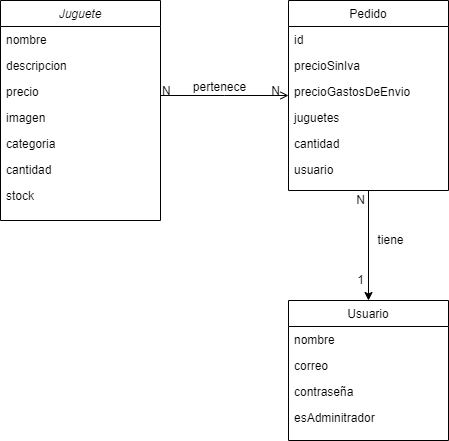
Arquisoft/dede_es2a keeps this draw.io diagram as docs/images/modeloDominio.png. Above is the earlier version. Source tidied: cells renumbered, new cells last; positions are measured from the earlier drawing's top-left corner, leaving out a move shared by most shapes. Source of this version:
```xml
<mxGraphModel>
  <root>
    <mxCell id="0" />
    <mxCell id="1" parent="0" />
    <mxCell id="2" value="Juguete" style="swimlane;fontStyle=2;align=center;verticalAlign=top;horizontal=1;startSize=26;rounded=0;shadow=0;strokeWidth=1;" parent="1" vertex="1">
      <mxGeometry width="160" height="220" as="geometry" />
    </mxCell>
    <mxCell id="3" value="nombre" style="text;align=left;verticalAlign=top;spacingLeft=4;spacingRight=4;overflow=hidden;" parent="2" vertex="1">
      <mxGeometry y="26" width="160" height="26" as="geometry" />
    </mxCell>
    <mxCell id="4" value="descripcion" style="text;align=left;verticalAlign=top;spacingLeft=4;spacingRight=4;overflow=hidden;rounded=0;shadow=0;html=0;" parent="2" vertex="1">
      <mxGeometry y="52" width="160" height="26" as="geometry" />
    </mxCell>
    <mxCell id="5" value="precio" style="text;align=left;verticalAlign=top;spacingLeft=4;spacingRight=4;overflow=hidden;rounded=0;shadow=0;html=0;" parent="2" vertex="1">
      <mxGeometry y="78" width="160" height="26" as="geometry" />
    </mxCell>
    <mxCell id="6" value="imagen" style="text;align=left;verticalAlign=top;spacingLeft=4;spacingRight=4;overflow=hidden;rounded=0;shadow=0;html=0;" parent="2" vertex="1">
      <mxGeometry y="104" width="160" height="26" as="geometry" />
    </mxCell>
    <mxCell id="7" value="categoria" style="text;align=left;verticalAlign=top;spacingLeft=4;spacingRight=4;overflow=hidden;rounded=0;shadow=0;html=0;" parent="2" vertex="1">
      <mxGeometry y="130" width="160" height="26" as="geometry" />
    </mxCell>
    <mxCell id="8" value="cantidad" style="text;align=left;verticalAlign=top;spacingLeft=4;spacingRight=4;overflow=hidden;rounded=0;shadow=0;html=0;" parent="2" vertex="1">
      <mxGeometry y="156" width="160" height="26" as="geometry" />
    </mxCell>
    <mxCell id="9" value="stock" style="text;align=left;verticalAlign=top;spacingLeft=4;spacingRight=4;overflow=hidden;rounded=0;shadow=0;html=0;" parent="2" vertex="1">
      <mxGeometry y="182" width="160" height="26" as="geometry" />
    </mxCell>
    <mxCell id="10" value="Usuario" style="swimlane;fontStyle=0;align=center;verticalAlign=top;horizontal=1;startSize=26;rounded=0;shadow=0;strokeWidth=1;" parent="1" vertex="1">
      <mxGeometry x="288" y="300" width="160" height="140" as="geometry" />
    </mxCell>
    <mxCell id="11" value="nombre" style="text;align=left;verticalAlign=top;spacingLeft=4;spacingRight=4;overflow=hidden;" parent="10" vertex="1">
      <mxGeometry y="26" width="160" height="26" as="geometry" />
    </mxCell>
    <mxCell id="12" value="correo" style="text;align=left;verticalAlign=top;spacingLeft=4;spacingRight=4;overflow=hidden;" parent="10" vertex="1">
      <mxGeometry y="52" width="160" height="26" as="geometry" />
    </mxCell>
    <mxCell id="13" value="contraseña" style="text;align=left;verticalAlign=top;spacingLeft=4;spacingRight=4;overflow=hidden;" parent="10" vertex="1">
      <mxGeometry y="78" width="160" height="26" as="geometry" />
    </mxCell>
    <mxCell id="14" value="esAdminitrador" style="text;align=left;verticalAlign=top;spacingLeft=4;spacingRight=4;overflow=hidden;" parent="10" vertex="1">
      <mxGeometry y="104" width="160" height="26" as="geometry" />
    </mxCell>
    <mxCell id="15" style="edgeStyle=orthogonalEdgeStyle;rounded=0;jettySize=auto;html=1;exitX=0.5;exitY=1;exitDx=0;exitDy=0;" parent="1" edge="1" source="16" target="10">
      <mxGeometry relative="1" as="geometry" />
    </mxCell>
    <mxCell id="16" value="Pedido" style="swimlane;fontStyle=0;align=center;verticalAlign=top;horizontal=1;startSize=26;rounded=0;shadow=0;strokeWidth=1;" parent="1" vertex="1">
      <mxGeometry x="288" width="160" height="190" as="geometry" />
    </mxCell>
    <mxCell id="17" value="id" style="text;align=left;verticalAlign=top;spacingLeft=4;spacingRight=4;overflow=hidden;" parent="16" vertex="1">
      <mxGeometry y="26" width="160" height="26" as="geometry" />
    </mxCell>
    <mxCell id="18" value="precioSinIva" style="text;align=left;verticalAlign=top;spacingLeft=4;spacingRight=4;overflow=hidden;rounded=0;shadow=0;html=0;" parent="16" vertex="1">
      <mxGeometry y="52" width="160" height="26" as="geometry" />
    </mxCell>
    <mxCell id="19" value="precioGastosDeEnvio" style="text;align=left;verticalAlign=top;spacingLeft=4;spacingRight=4;overflow=hidden;rounded=0;shadow=0;html=0;" parent="16" vertex="1">
      <mxGeometry y="78" width="160" height="26" as="geometry" />
    </mxCell>
    <mxCell id="20" value="juguetes" style="text;align=left;verticalAlign=top;spacingLeft=4;spacingRight=4;overflow=hidden;rounded=0;shadow=0;html=0;" parent="16" vertex="1">
      <mxGeometry y="104" width="160" height="26" as="geometry" />
    </mxCell>
    <mxCell id="21" value="cantidad" style="text;align=left;verticalAlign=top;spacingLeft=4;spacingRight=4;overflow=hidden;rounded=0;shadow=0;html=0;" parent="16" vertex="1">
      <mxGeometry y="130" width="160" height="26" as="geometry" />
    </mxCell>
    <mxCell id="22" value="usuario" style="text;align=left;verticalAlign=top;spacingLeft=4;spacingRight=4;overflow=hidden;rounded=0;shadow=0;html=0;" parent="16" vertex="1">
      <mxGeometry y="156" width="160" height="26" as="geometry" />
    </mxCell>
    <mxCell id="23" style="endArrow=open;shadow=0;strokeWidth=1;rounded=0;endFill=1;edgeStyle=elbowEdgeStyle;elbow=vertical;" parent="1" edge="1" source="2" target="16">
      <mxGeometry x="0.5" y="41" relative="1" as="geometry">
        <mxPoint x="-40" y="32" as="offset" />
      </mxGeometry>
    </mxCell>
    <mxCell id="24" value="N" style="align=left;verticalAlign=bottom;labelBackgroundColor=none;fontSize=12;" parent="23" vertex="1">
      <mxGeometry x="-1" relative="1" as="geometry">
        <mxPoint y="4" as="offset" />
      </mxGeometry>
    </mxCell>
    <mxCell id="25" value="N" style="align=right;verticalAlign=bottom;labelBackgroundColor=none;fontSize=12;" parent="23" vertex="1">
      <mxGeometry x="1" relative="1" as="geometry">
        <mxPoint x="-7" y="4" as="offset" />
      </mxGeometry>
    </mxCell>
    <mxCell id="26" value="pertenece" style="text;html=1;align=center;verticalAlign=middle;labelBackgroundColor=none;rounded=0;shadow=0;strokeWidth=1;fontSize=12;" parent="23" vertex="1">
      <mxGeometry x="0.5" y="49" relative="1" as="geometry">
        <mxPoint x="-38" y="40" as="offset" />
      </mxGeometry>
    </mxCell>
    <mxCell id="27" value="N" style="text;html=1;align=center;verticalAlign=middle;strokeColor=none;fillColor=none;" parent="1" vertex="1">
      <mxGeometry x="350" y="190" width="20" height="20" as="geometry" />
    </mxCell>
    <mxCell id="28" value="1" style="text;html=1;align=center;verticalAlign=middle;strokeColor=none;fillColor=none;" parent="1" vertex="1">
      <mxGeometry x="350" y="270" width="20" height="20" as="geometry" />
    </mxCell>
    <mxCell id="29" value="tiene" style="text;html=1;align=center;verticalAlign=middle;strokeColor=none;fillColor=none;" parent="1" vertex="1">
      <mxGeometry x="370" y="230" width="40" height="20" as="geometry" />
    </mxCell>
  </root>
</mxGraphModel>
```
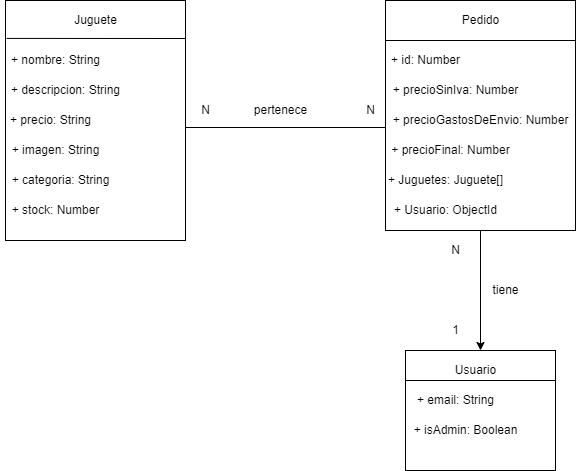
The same diagram one commit later.

Commit message:
Actualización modelo de dominio y test

Diff of the diagram source:
```diff
@@ -1,98 +1,110 @@
 <mxGraphModel>
   <root>
-    <mxCell id="0" />
-    <mxCell id="1" parent="0" />
+    <mxCell id="30" />
+    <mxCell id="31" parent="30" />
+    <mxCell id="32" style="rounded=0;whiteSpace=wrap;html=1;" parent="31" vertex="1">
+      <mxGeometry x="-120" y="-10" width="180" height="240" as="geometry" />
+    </mxCell>
+    <mxCell id="33" style="rounded=0;whiteSpace=wrap;html=1;" parent="31" vertex="1">
+      <mxGeometry x="260" y="-10" width="190" height="230" as="geometry" />
+    </mxCell>
+    <mxCell id="34" style="rounded=0;whiteSpace=wrap;html=1;" parent="31" vertex="1">
+      <mxGeometry x="280" y="340" width="150" height="120" as="geometry" />
+    </mxCell>
-    <mxCell id="2" value="Juguete" style="swimlane;fontStyle=2;align=center;verticalAlign=top;horizontal=1;startSize=26;rounded=0;shadow=0;strokeWidth=1;" parent="1" vertex="1">
-      <mxGeometry width="160" height="220" as="geometry" />
+    <mxCell id="2" value="Juguete" style="text;html=1;align=center;verticalAlign=middle;points=[];strokeColor=none;fillColor=none;" parent="31" vertex="1">
+      <mxGeometry x="-60" width="60" height="20" as="geometry" />
     </mxCell>
-    <mxCell id="3" value="nombre" style="text;align=left;verticalAlign=top;spacingLeft=4;spacingRight=4;overflow=hidden;" parent="2" vertex="1">
-      <mxGeometry y="26" width="160" height="26" as="geometry" />
-    </mxCell>
-    <mxCell id="4" value="descripcion" style="text;align=left;verticalAlign=top;spacingLeft=4;spacingRight=4;overflow=hidden;rounded=0;shadow=0;html=0;" parent="2" vertex="1">
-      <mxGeometry y="52" width="160" height="26" as="geometry" />
-    </mxCell>
-    <mxCell id="5" value="precio" style="text;align=left;verticalAlign=top;spacingLeft=4;spacingRight=4;overflow=hidden;rounded=0;shadow=0;html=0;" parent="2" vertex="1">
-      <mxGeometry y="78" width="160" height="26" as="geometry" />
-    </mxCell>
-    <mxCell id="6" value="imagen" style="text;align=left;verticalAlign=top;spacingLeft=4;spacingRight=4;overflow=hidden;rounded=0;shadow=0;html=0;" parent="2" vertex="1">
-      <mxGeometry y="104" width="160" height="26" as="geometry" />
-    </mxCell>
-    <mxCell id="7" value="categoria" style="text;align=left;verticalAlign=top;spacingLeft=4;spacingRight=4;overflow=hidden;rounded=0;shadow=0;html=0;" parent="2" vertex="1">
-      <mxGeometry y="130" width="160" height="26" as="geometry" />
-    </mxCell>
-    <mxCell id="8" value="cantidad" style="text;align=left;verticalAlign=top;spacingLeft=4;spacingRight=4;overflow=hidden;rounded=0;shadow=0;html=0;" parent="2" vertex="1">
-      <mxGeometry y="156" width="160" height="26" as="geometry" />
-    </mxCell>
-    <mxCell id="9" value="stock" style="text;align=left;verticalAlign=top;spacingLeft=4;spacingRight=4;overflow=hidden;rounded=0;shadow=0;html=0;" parent="2" vertex="1">
-      <mxGeometry y="182" width="160" height="26" as="geometry" />
-    </mxCell>
-    <mxCell id="10" value="Usuario" style="swimlane;fontStyle=0;align=center;verticalAlign=top;horizontal=1;startSize=26;rounded=0;shadow=0;strokeWidth=1;" parent="1" vertex="1">
-      <mxGeometry x="288" y="300" width="160" height="140" as="geometry" />
+    <mxCell id="10" value="Usuario" style="text;html=1;align=center;verticalAlign=middle;points=[];strokeColor=none;fillColor=none;" parent="31" vertex="1">
+      <mxGeometry x="320" y="350" width="60" height="20" as="geometry" />
     </mxCell>
-    <mxCell id="11" value="nombre" style="text;align=left;verticalAlign=top;spacingLeft=4;spacingRight=4;overflow=hidden;" parent="10" vertex="1">
-      <mxGeometry y="26" width="160" height="26" as="geometry" />
-    </mxCell>
-    <mxCell id="12" value="correo" style="text;align=left;verticalAlign=top;spacingLeft=4;spacingRight=4;overflow=hidden;" parent="10" vertex="1">
-      <mxGeometry y="52" width="160" height="26" as="geometry" />
-    </mxCell>
-    <mxCell id="13" value="contraseña" style="text;align=left;verticalAlign=top;spacingLeft=4;spacingRight=4;overflow=hidden;" parent="10" vertex="1">
-      <mxGeometry y="78" width="160" height="26" as="geometry" />
-    </mxCell>
-    <mxCell id="14" value="esAdminitrador" style="text;align=left;verticalAlign=top;spacingLeft=4;spacingRight=4;overflow=hidden;" parent="10" vertex="1">
-      <mxGeometry y="104" width="160" height="26" as="geometry" />
-    </mxCell>
-    <mxCell id="15" style="edgeStyle=orthogonalEdgeStyle;rounded=0;jettySize=auto;html=1;exitX=0.5;exitY=1;exitDx=0;exitDy=0;" parent="1" edge="1" source="16" target="10">
-      <mxGeometry relative="1" as="geometry" />
-    </mxCell>
-    <mxCell id="16" value="Pedido" style="swimlane;fontStyle=0;align=center;verticalAlign=top;horizontal=1;startSize=26;rounded=0;shadow=0;strokeWidth=1;" parent="1" vertex="1">
-      <mxGeometry x="288" width="160" height="190" as="geometry" />
+    <mxCell id="16" value="Pedido" style="text;html=1;align=center;verticalAlign=middle;points=[];strokeColor=none;fillColor=none;" parent="31" vertex="1">
+      <mxGeometry x="330" width="50" height="20" as="geometry" />
     </mxCell>
-    <mxCell id="17" value="id" style="text;align=left;verticalAlign=top;spacingLeft=4;spacingRight=4;overflow=hidden;" parent="16" vertex="1">
-      <mxGeometry y="26" width="160" height="26" as="geometry" />
-    </mxCell>
-    <mxCell id="18" value="precioSinIva" style="text;align=left;verticalAlign=top;spacingLeft=4;spacingRight=4;overflow=hidden;rounded=0;shadow=0;html=0;" parent="16" vertex="1">
-      <mxGeometry y="52" width="160" height="26" as="geometry" />
-    </mxCell>
-    <mxCell id="19" value="precioGastosDeEnvio" style="text;align=left;verticalAlign=top;spacingLeft=4;spacingRight=4;overflow=hidden;rounded=0;shadow=0;html=0;" parent="16" vertex="1">
-      <mxGeometry y="78" width="160" height="26" as="geometry" />
-    </mxCell>
-    <mxCell id="20" value="juguetes" style="text;align=left;verticalAlign=top;spacingLeft=4;spacingRight=4;overflow=hidden;rounded=0;shadow=0;html=0;" parent="16" vertex="1">
-      <mxGeometry y="104" width="160" height="26" as="geometry" />
-    </mxCell>
-    <mxCell id="21" value="cantidad" style="text;align=left;verticalAlign=top;spacingLeft=4;spacingRight=4;overflow=hidden;rounded=0;shadow=0;html=0;" parent="16" vertex="1">
-      <mxGeometry y="130" width="160" height="26" as="geometry" />
-    </mxCell>
-    <mxCell id="22" value="usuario" style="text;align=left;verticalAlign=top;spacingLeft=4;spacingRight=4;overflow=hidden;rounded=0;shadow=0;html=0;" parent="16" vertex="1">
-      <mxGeometry y="156" width="160" height="26" as="geometry" />
-    </mxCell>
-    <mxCell id="23" style="endArrow=open;shadow=0;strokeWidth=1;rounded=0;endFill=1;edgeStyle=elbowEdgeStyle;elbow=vertical;" parent="1" edge="1" source="2" target="16">
-      <mxGeometry x="0.5" y="41" relative="1" as="geometry">
-        <mxPoint x="-40" y="32" as="offset" />
-      </mxGeometry>
-    </mxCell>
-    <mxCell id="24" value="N" style="align=left;verticalAlign=bottom;labelBackgroundColor=none;fontSize=12;" parent="23" vertex="1">
-      <mxGeometry x="-1" relative="1" as="geometry">
-        <mxPoint y="4" as="offset" />
-      </mxGeometry>
-    </mxCell>
-    <mxCell id="25" value="N" style="align=right;verticalAlign=bottom;labelBackgroundColor=none;fontSize=12;" parent="23" vertex="1">
-      <mxGeometry x="1" relative="1" as="geometry">
-        <mxPoint x="-7" y="4" as="offset" />
-      </mxGeometry>
-    </mxCell>
+    <mxCell id="35" style="endArrow=none;html=1;rounded=0;exitX=0.006;exitY=0.158;exitDx=0;exitDy=0;exitPerimeter=0;" parent="31" edge="1" source="32">
+      <mxGeometry relative="1" as="geometry">
+        <mxPoint x="60" y="28" as="targetPoint" />
+      </mxGeometry>
+    </mxCell>
+    <mxCell id="36" value="+ nombre: String" style="text;html=1;align=center;verticalAlign=middle;strokeColor=none;fillColor=none;" parent="31" vertex="1">
+      <mxGeometry x="-120" y="40" width="100" height="20" as="geometry" />
+    </mxCell>
+    <mxCell id="37" value="+ descripcion: String" style="text;html=1;align=center;verticalAlign=middle;strokeColor=none;fillColor=none;" parent="31" vertex="1">
+      <mxGeometry x="-120" y="70" width="120" height="20" as="geometry" />
+    </mxCell>
+    <mxCell id="38" value="+ precio: String" style="text;html=1;align=center;verticalAlign=middle;strokeColor=none;fillColor=none;" parent="31" vertex="1">
+      <mxGeometry x="-125" y="100" width="100" height="20" as="geometry" />
+    </mxCell>
+    <mxCell id="39" value="+ imagen: String" style="text;html=1;align=center;verticalAlign=middle;strokeColor=none;fillColor=none;" parent="31" vertex="1">
+      <mxGeometry x="-120" y="130" width="100" height="20" as="geometry" />
+    </mxCell>
+    <mxCell id="40" value="+ categoria: String" style="text;html=1;align=center;verticalAlign=middle;strokeColor=none;fillColor=none;" parent="31" vertex="1">
+      <mxGeometry x="-120" y="160" width="110" height="20" as="geometry" />
+    </mxCell>
+    <mxCell id="41" value="+ stock: Number" style="text;html=1;align=center;verticalAlign=middle;strokeColor=none;fillColor=none;" parent="31" vertex="1">
+      <mxGeometry x="-120" y="190" width="100" height="20" as="geometry" />
+    </mxCell>
+    <mxCell id="42" style="endArrow=none;html=1;rounded=0;exitX=0.006;exitY=0.158;exitDx=0;exitDy=0;exitPerimeter=0;" parent="31" edge="1">
+      <mxGeometry relative="1" as="geometry">
+        <mxPoint x="260" y="30" as="sourcePoint" />
+        <mxPoint x="450" y="30" as="targetPoint" />
+      </mxGeometry>
+    </mxCell>
+    <mxCell id="43" value="+ id: Number" style="text;html=1;align=center;verticalAlign=middle;strokeColor=none;fillColor=none;" parent="31" vertex="1">
+      <mxGeometry x="260" y="40" width="80" height="20" as="geometry" />
+    </mxCell>
+    <mxCell id="44" value="+ precioSinIva: Number" style="text;html=1;align=center;verticalAlign=middle;strokeColor=none;fillColor=none;" parent="31" vertex="1">
+      <mxGeometry x="260" y="70" width="140" height="20" as="geometry" />
+    </mxCell>
+    <mxCell id="45" value="+ precioGastosDeEnvio: Number" style="text;html=1;align=center;verticalAlign=middle;strokeColor=none;fillColor=none;" parent="31" vertex="1">
+      <mxGeometry x="260" y="100" width="190" height="20" as="geometry" />
+    </mxCell>
+    <mxCell id="46" value="+ precioFinal: Number" style="text;html=1;align=center;verticalAlign=middle;strokeColor=none;fillColor=none;" parent="31" vertex="1">
+      <mxGeometry x="260" y="130" width="130" height="20" as="geometry" />
+    </mxCell>
+    <mxCell id="47" value="+ Juguetes: Juguete[]" style="text;html=1;align=center;verticalAlign=middle;strokeColor=none;fillColor=none;" parent="31" vertex="1">
+      <mxGeometry x="255" y="160" width="130" height="20" as="geometry" />
+    </mxCell>
+    <mxCell id="48" value="+ Usuario: ObjectId" style="text;html=1;align=center;verticalAlign=middle;strokeColor=none;fillColor=none;" parent="31" vertex="1">
+      <mxGeometry x="260" y="190" width="120" height="20" as="geometry" />
+    </mxCell>
+    <mxCell id="49" style="endArrow=none;html=1;rounded=0;" parent="31" edge="1">
+      <mxGeometry relative="1" as="geometry">
+        <mxPoint x="280" y="370" as="sourcePoint" />
+        <mxPoint x="430" y="370" as="targetPoint" />
+      </mxGeometry>
+    </mxCell>
+    <mxCell id="50" value="+ email: String" style="text;html=1;align=center;verticalAlign=middle;strokeColor=none;fillColor=none;" parent="31" vertex="1">
+      <mxGeometry x="285" y="380" width="90" height="20" as="geometry" />
+    </mxCell>
+    <mxCell id="51" value="+ isAdmin: Boolean" style="text;html=1;align=center;verticalAlign=middle;strokeColor=none;fillColor=none;" parent="31" vertex="1">
+      <mxGeometry x="280" y="410" width="120" height="20" as="geometry" />
+    </mxCell>
+    <mxCell id="52" style="endArrow=classic;html=1;rounded=0;exitX=0.5;exitY=1;exitDx=0;exitDy=0;entryX=0.5;entryY=0;entryDx=0;entryDy=0;" parent="31" edge="1" source="33" target="34">
+      <mxGeometry relative="1" as="geometry" />
+    </mxCell>
+    <mxCell id="53" style="endArrow=none;html=1;rounded=0;" parent="31" edge="1">
+      <mxGeometry relative="1" as="geometry">
+        <mxPoint x="60" y="117" as="sourcePoint" />
+        <mxPoint x="260" y="117" as="targetPoint" />
+      </mxGeometry>
+    </mxCell>
+    <mxCell id="54" value="N" style="text;html=1;align=center;verticalAlign=middle;strokeColor=none;fillColor=none;" parent="31" vertex="1">
+      <mxGeometry x="70" y="90" width="20" height="20" as="geometry" />
+    </mxCell>
+    <mxCell id="55" value="N" style="text;html=1;align=center;verticalAlign=middle;strokeColor=none;fillColor=none;" parent="31" vertex="1">
+      <mxGeometry x="235" y="90" width="20" height="20" as="geometry" />
+    </mxCell>
-    <mxCell id="26" value="pertenece" style="text;html=1;align=center;verticalAlign=middle;labelBackgroundColor=none;rounded=0;shadow=0;strokeWidth=1;fontSize=12;" parent="23" vertex="1">
-      <mxGeometry x="0.5" y="49" relative="1" as="geometry">
-        <mxPoint x="-38" y="40" as="offset" />
-      </mxGeometry>
+    <mxCell id="26" value="pertenece" style="text;html=1;align=center;verticalAlign=middle;strokeColor=none;fillColor=none;" parent="31" vertex="1">
+      <mxGeometry x="120" y="90" width="70" height="20" as="geometry" />
     </mxCell>
-    <mxCell id="27" value="N" style="text;html=1;align=center;verticalAlign=middle;strokeColor=none;fillColor=none;" parent="1" vertex="1">
-      <mxGeometry x="350" y="190" width="20" height="20" as="geometry" />
-    </mxCell>
+    <mxCell id="29" value="tiene" style="text;html=1;align=center;verticalAlign=middle;strokeColor=none;fillColor=none;" parent="31" vertex="1">
+      <mxGeometry x="360" y="270" width="40" height="20" as="geometry" />
+    </mxCell>
+    <mxCell id="56" value="N" style="text;html=1;align=center;verticalAlign=middle;strokeColor=none;fillColor=none;" parent="31" vertex="1">
+      <mxGeometry x="320" y="230" width="20" height="20" as="geometry" />
+    </mxCell>
-    <mxCell id="28" value="1" style="text;html=1;align=center;verticalAlign=middle;strokeColor=none;fillColor=none;" parent="1" vertex="1">
-      <mxGeometry x="350" y="270" width="20" height="20" as="geometry" />
+    <mxCell id="28" value="1" style="text;html=1;align=center;verticalAlign=middle;strokeColor=none;fillColor=none;" parent="31" vertex="1">
+      <mxGeometry x="320" y="310" width="20" height="20" as="geometry" />
     </mxCell>
-    <mxCell id="29" value="tiene" style="text;html=1;align=center;verticalAlign=middle;strokeColor=none;fillColor=none;" parent="1" vertex="1">
-      <mxGeometry x="370" y="230" width="40" height="20" as="geometry" />
-    </mxCell>
   </root>
 </mxGraphModel>
```
